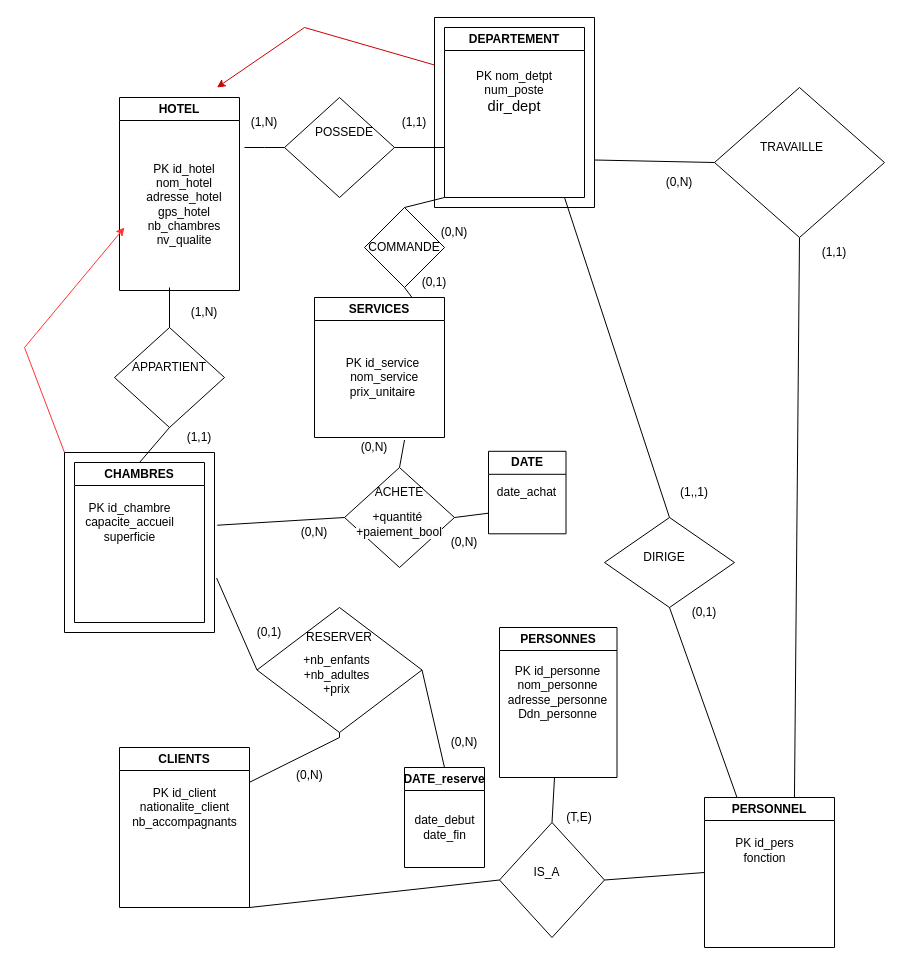
The draw.io diagram Diagramme sans nom.drawio in lenny-vergerolle/lennyverg, before the edit. Source tidied: cells renumbered, new cells numbered last; positions are measured from the earlier drawing's top-left corner, leaving out a move shared by most shapes. Both pictures are drawn from the tidied source at 100%, with x=0, y=0 at pixel (24, 17).
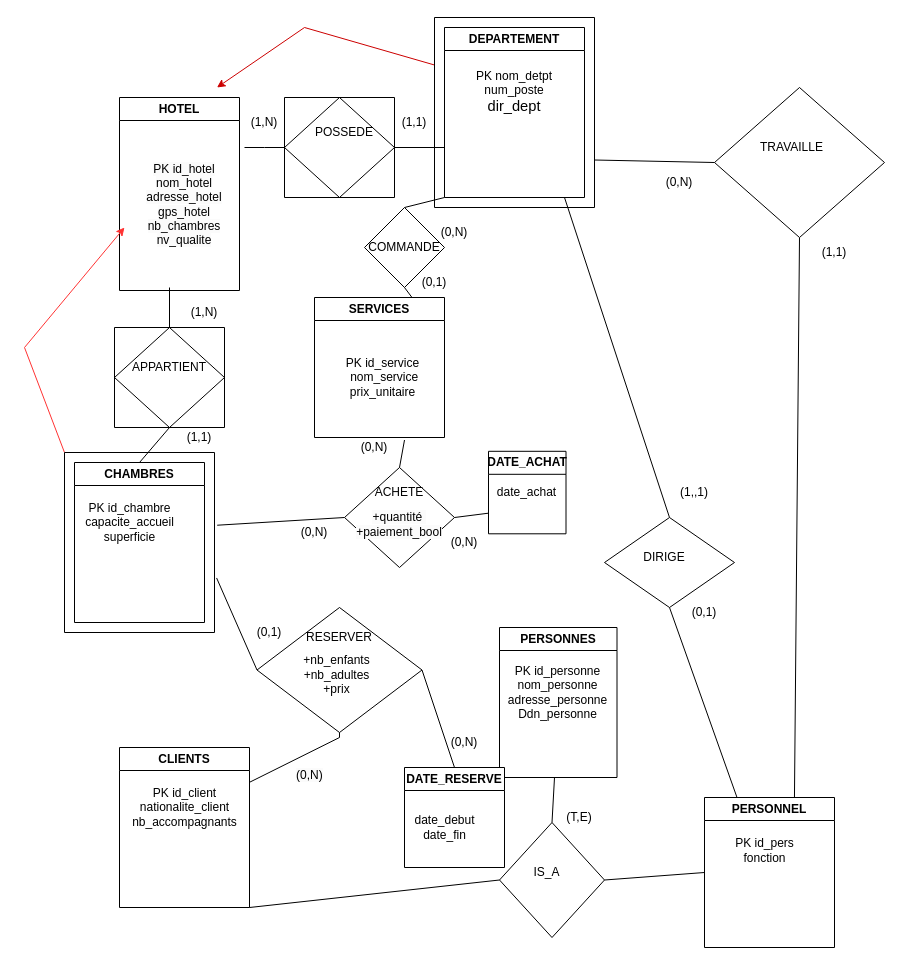
Above is the later version.

Commit message:
Mettre à jour Diagramme sans nom.drawio

Change to the diagram source:
```diff
@@
-    <mxCell id="66" value="DATE" style="swimlane;whiteSpace=wrap;html=1;" parent="1" vertex="1">
+    <mxCell id="66" value="DATE_ACHAT" style="swimlane;whiteSpace=wrap;html=1;" parent="1" vertex="1">
       <mxGeometry x="464" y="433.8" width="77.5" height="82.5" as="geometry" />
     </mxCell>
@@
-    <mxCell id="69" value="DATE_reserve" style="swimlane;whiteSpace=wrap;html=1;" parent="1" vertex="1">
-      <mxGeometry x="380" y="750" width="80" height="100" as="geometry" />
+    <mxCell id="69" value="DATE_RESERVE" style="swimlane;whiteSpace=wrap;html=1;" parent="1" vertex="1">
+      <mxGeometry x="380" y="750" width="100" height="100" as="geometry" />
     </mxCell>
@@
+    <mxCell id="76" style="swimlane;startSize=0;" parent="1" vertex="1">
+      <mxGeometry x="260" y="80" width="110" height="100" as="geometry" />
+    </mxCell>
+    <mxCell id="77" style="swimlane;startSize=0;" parent="1" vertex="1">
+      <mxGeometry x="90" y="310" width="110" height="100" as="geometry" />
+    </mxCell>
```
